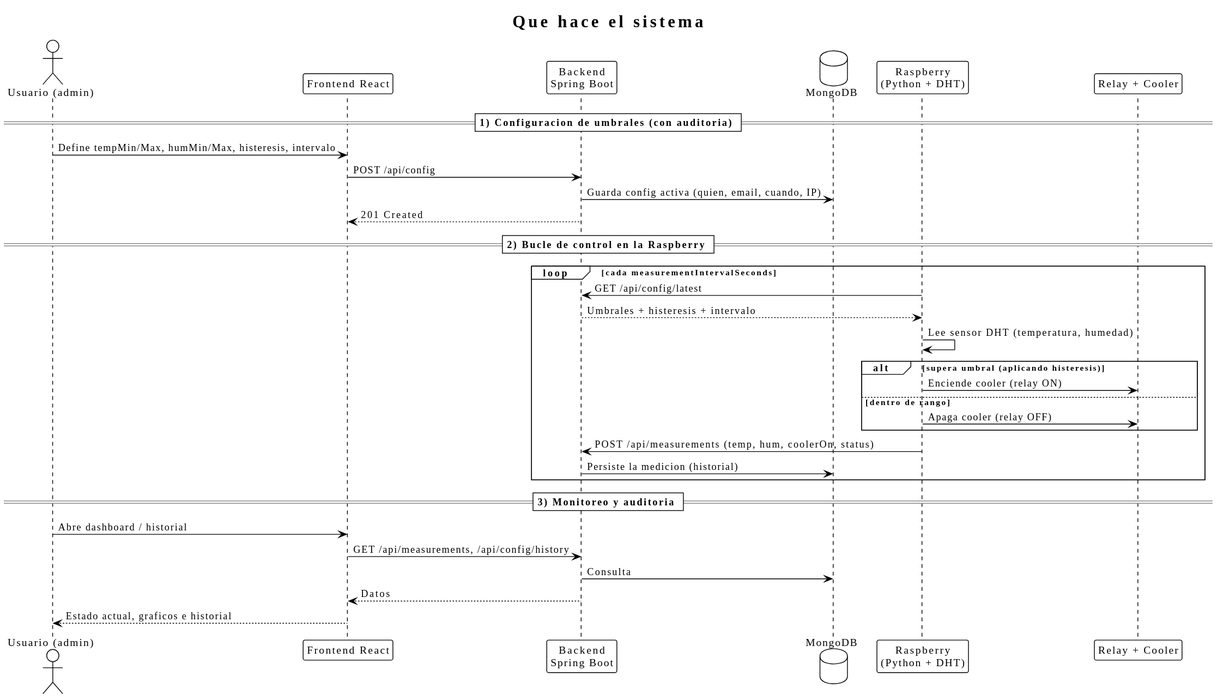
Above: docs/uml/sequence.svg in andinogabriel/plc-control-backend (PlantUML), before the change.
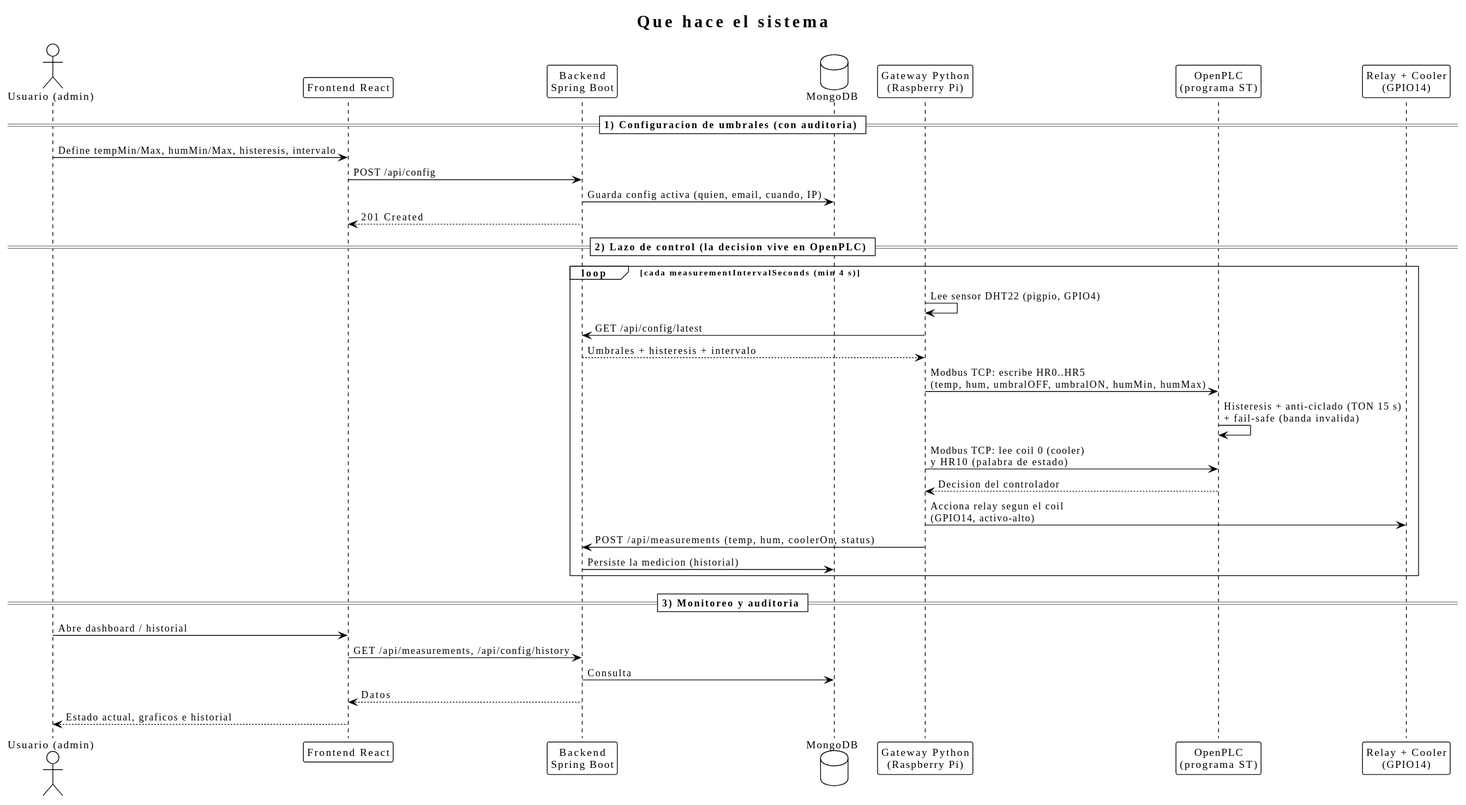
After the commit.

Diff of the diagram source:
```diff
@@ -8,8 +8,9 @@
 participant "Frontend React" as FE
 participant "Backend\nSpring Boot" as API
 database "MongoDB" as DB
-participant "Raspberry\n(Python + DHT)" as RPi
-participant "Relay + Cooler" as HW
+participant "Gateway Python\n(Raspberry Pi)" as GW
+participant "OpenPLC\n(programa ST)" as PLC
+participant "Relay + Cooler\n(GPIO14)" as HW
 
 == 1) Configuracion de umbrales (con auditoria) ==
 U -> FE : Define tempMin/Max, humMin/Max, histeresis, intervalo
@@ -17,17 +18,17 @@
 API -> DB : Guarda config activa (quien, email, cuando, IP)
 API --> FE : 201 Created
 
-== 2) Bucle de control en la Raspberry ==
-loop cada measurementIntervalSeconds
-  RPi -> API : GET /api/config/latest
-  API --> RPi : Umbrales + histeresis + intervalo
-  RPi -> RPi : Lee sensor DHT (temperatura, humedad)
-  alt supera umbral (aplicando histeresis)
-    RPi -> HW : Enciende cooler (relay ON)
-  else dentro de rango
-    RPi -> HW : Apaga cooler (relay OFF)
-  end
-  RPi -> API : POST /api/measurements (temp, hum, coolerOn, status)
+== 2) Lazo de control (la decision vive en OpenPLC) ==
+loop cada measurementIntervalSeconds (min 4 s)
+  GW -> GW : Lee sensor DHT22 (pigpio, GPIO4)
+  GW -> API : GET /api/config/latest
+  API --> GW : Umbrales + histeresis + intervalo
+  GW -> PLC : Modbus TCP: escribe HR0..HR5\n(temp, hum, umbralOFF, umbralON, humMin, humMax)
+  PLC -> PLC : Histeresis + anti-ciclado (TON 15 s)\n+ fail-safe (banda invalida)
+  GW -> PLC : Modbus TCP: lee coil 0 (cooler)\ny HR10 (palabra de estado)
+  PLC --> GW : Decision del controlador
+  GW -> HW : Acciona relay segun el coil\n(GPIO14, activo-alto)
+  GW -> API : POST /api/measurements (temp, hum, coolerOn, status)
   API -> DB : Persiste la medicion (historial)
 end
 
```
